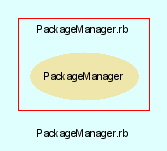
The Graphviz diagram src/trunk/doc/dot/f_1.png in eschabell/abtlinux, before a commit. Its source is kept beside it as src/trunk/doc/dot/f_1.dot.
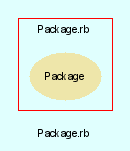
Later version of the same file.

Diff of the diagram source:
```diff
@@ -3,7 +3,7 @@
     bgcolor = lightcyan1
     fontname = Arial
     fontsize = 8
-    label = "PackageManager.rb"
+    label = "Package.rb"
     node [
         fontname = Arial,
         fontsize = 8,
@@ -13,14 +13,14 @@
     subgraph cluster_2 {
         fontname = Arial
         color = red
-        label = "PackageManager.rb"
-        PackageManager [
+        label = "Package.rb"
+        Package [
             fontcolor = black,
-            URL = "classes/PackageManager.html",
+            URL = "classes/Package.html",
             shape = ellipse,
             color = palegoldenrod,
             style = filled,
-            label = "PackageManager"
+            label = "Package"
         ]
 
     }
```
